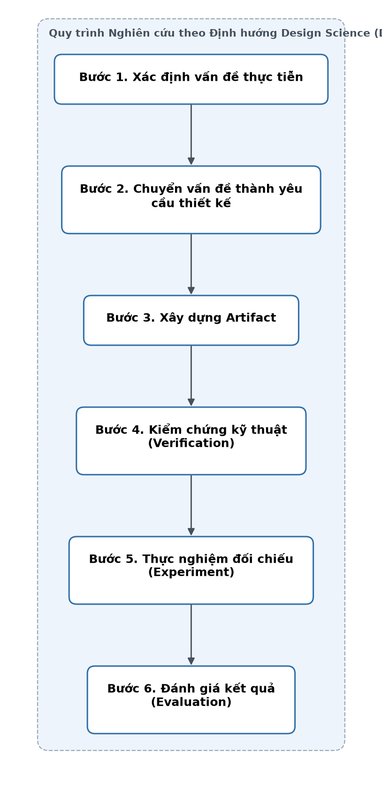
Above: docs/thesis-v2/figures/hinh-3-1-quy-trinh-dsr.png in thaicuong576/final-thesis (Mermaid), before the change. Its source is kept beside it as docs/thesis-v2/figures/hinh-3-1-quy-trinh-dsr.mmd. Source of this version:
```mermaid
flowchart TD
    subgraph DSR_Process ["Quy trình Nghiên cứu theo Định hướng Design Science (DSR)"]
        direction TB
        S1["<b>Bước 1. Xác định vấn đề thực tiễn</b><br/>• Báo cáo tài chính ngân hàng phức tạp, nhạy ngữ cảnh<br/>• Rủi ro hallucination và tự bịa số của mô hình ngôn ngữ<br/>• Chi phí phối hợp và độ trễ khi dùng hệ đa tác tử"]

        S2["<b>Bước 2. Chuyển vấn đề thành yêu cầu thiết kế</b><br/>• Nguyên tắc: 'Code tính số, mô hình ngôn ngữ diễn giải'<br/>• Hợp đồng dữ liệu có nguồn gốc (provenance, locator)<br/>• Bộ kiểm tra xác định luận và phản biện có giới hạn"]

        S3["<b>Bước 3. Xây dựng Artifact</b><br/>• Tầng lõi thuật toán: thesis_data (fact, verifier, spec)<br/>• Tầng ứng dụng phân tích: thesis_api (planner, writer, runtime)<br/>• Ứng dụng tham chiếu: web UI với 4 màn hình tác nghiệp"]

        S4["<b>Bước 4. Kiểm chứng kỹ thuật (Verification)</b><br/>• 907 kiểm thử đơn vị tự động (tests/)<br/>• Kiểm soát ranh giới kiến trúc (check_architecture_guardrails)<br/>• Xác thực hợp đồng OpenAPI 3.1.0 (check_openapi_contract)"]

        S5["<b>Bước 5. Thực nghiệm đối chiếu (Experiment)</b><br/>• 3 cấu hình A/B/C với kế hoạch đóng băng dùng chung<br/>• 12 câu hỏi chuẩn hóa (T01–T10 phân tích, R1–R2 kiểm soát)<br/>• Snapshot Gold v5 bất biến (80 ô mục tiêu)"]

        S6["<b>Bước 6. Đánh giá kết quả (Evaluation)</b><br/>• Chấm điểm tất định: tỷ lệ hoàn thành, đúng số, truy vết nguồn<br/>• Độ bao phủ, xử lý thiếu dữ liệu, từ chối ngoài phạm vi<br/>• Đo lường chi phí: thời gian, lượt gọi API, token và chi phí USD"]
    end

    S1 --> S2 --> S3 --> S4 --> S5 --> S6
```
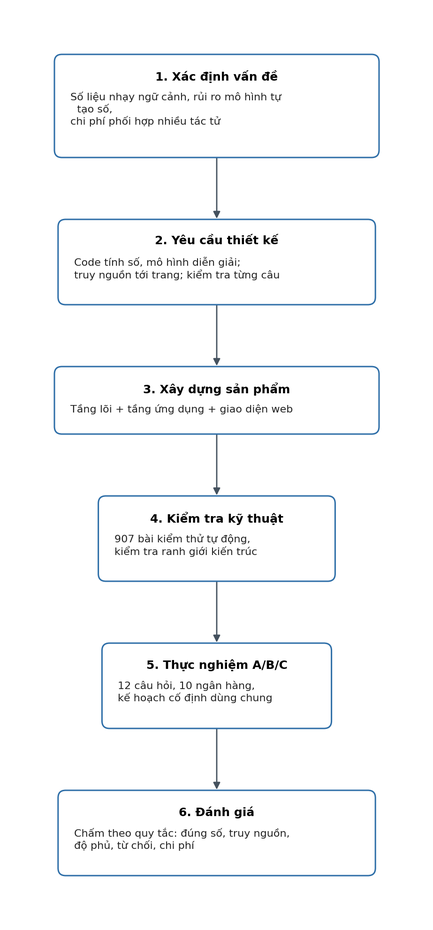
Above is the later version.

The edit, as a diff of the source:
```diff
@@ -1,17 +1,8 @@
 flowchart TD
-    subgraph DSR_Process ["Quy trình Nghiên cứu theo Định hướng Design Science (DSR)"]
-        direction TB
-        S1["<b>Bước 1. Xác định vấn đề thực tiễn</b><br/>• Báo cáo tài chính ngân hàng phức tạp, nhạy ngữ cảnh<br/>• Rủi ro hallucination và tự bịa số của mô hình ngôn ngữ<br/>• Chi phí phối hợp và độ trễ khi dùng hệ đa tác tử"]
-
-        S2["<b>Bước 2. Chuyển vấn đề thành yêu cầu thiết kế</b><br/>• Nguyên tắc: 'Code tính số, mô hình ngôn ngữ diễn giải'<br/>• Hợp đồng dữ liệu có nguồn gốc (provenance, locator)<br/>• Bộ kiểm tra xác định luận và phản biện có giới hạn"]
-
-        S3["<b>Bước 3. Xây dựng Artifact</b><br/>• Tầng lõi thuật toán: thesis_data (fact, verifier, spec)<br/>• Tầng ứng dụng phân tích: thesis_api (planner, writer, runtime)<br/>• Ứng dụng tham chiếu: web UI với 4 màn hình tác nghiệp"]
-
-        S4["<b>Bước 4. Kiểm chứng kỹ thuật (Verification)</b><br/>• 907 kiểm thử đơn vị tự động (tests/)<br/>• Kiểm soát ranh giới kiến trúc (check_architecture_guardrails)<br/>• Xác thực hợp đồng OpenAPI 3.1.0 (check_openapi_contract)"]
-
-        S5["<b>Bước 5. Thực nghiệm đối chiếu (Experiment)</b><br/>• 3 cấu hình A/B/C với kế hoạch đóng băng dùng chung<br/>• 12 câu hỏi chuẩn hóa (T01–T10 phân tích, R1–R2 kiểm soát)<br/>• Snapshot Gold v5 bất biến (80 ô mục tiêu)"]
-
-        S6["<b>Bước 6. Đánh giá kết quả (Evaluation)</b><br/>• Chấm điểm tất định: tỷ lệ hoàn thành, đúng số, truy vết nguồn<br/>• Độ bao phủ, xử lý thiếu dữ liệu, từ chối ngoài phạm vi<br/>• Đo lường chi phí: thời gian, lượt gọi API, token và chi phí USD"]
-    end
-
+    S1["<b>1. Xác định vấn đề</b><br/>Số liệu nhạy ngữ cảnh, rủi ro mô hình tự tạo số,<br/>chi phí phối hợp nhiều tác tử"]
+    S2["<b>2. Yêu cầu thiết kế</b><br/>Code tính số, mô hình diễn giải;<br/>truy nguồn tới trang; kiểm tra từng câu"]
+    S3["<b>3. Xây dựng sản phẩm</b><br/>Tầng lõi + tầng ứng dụng + giao diện web"]
+    S4["<b>4. Kiểm tra kỹ thuật</b><br/>hơn 900 bài kiểm thử tự động,<br/>kiểm tra ranh giới kiến trúc"]
+    S5["<b>5. Thực nghiệm A/B/C</b><br/>12 câu hỏi, 10 ngân hàng,<br/>kế hoạch cố định dùng chung"]
+    S6["<b>6. Đánh giá</b><br/>Chấm theo quy tắc: đúng số, truy nguồn,<br/>độ phủ, từ chối, chi phí"]
     S1 --> S2 --> S3 --> S4 --> S5 --> S6
```
